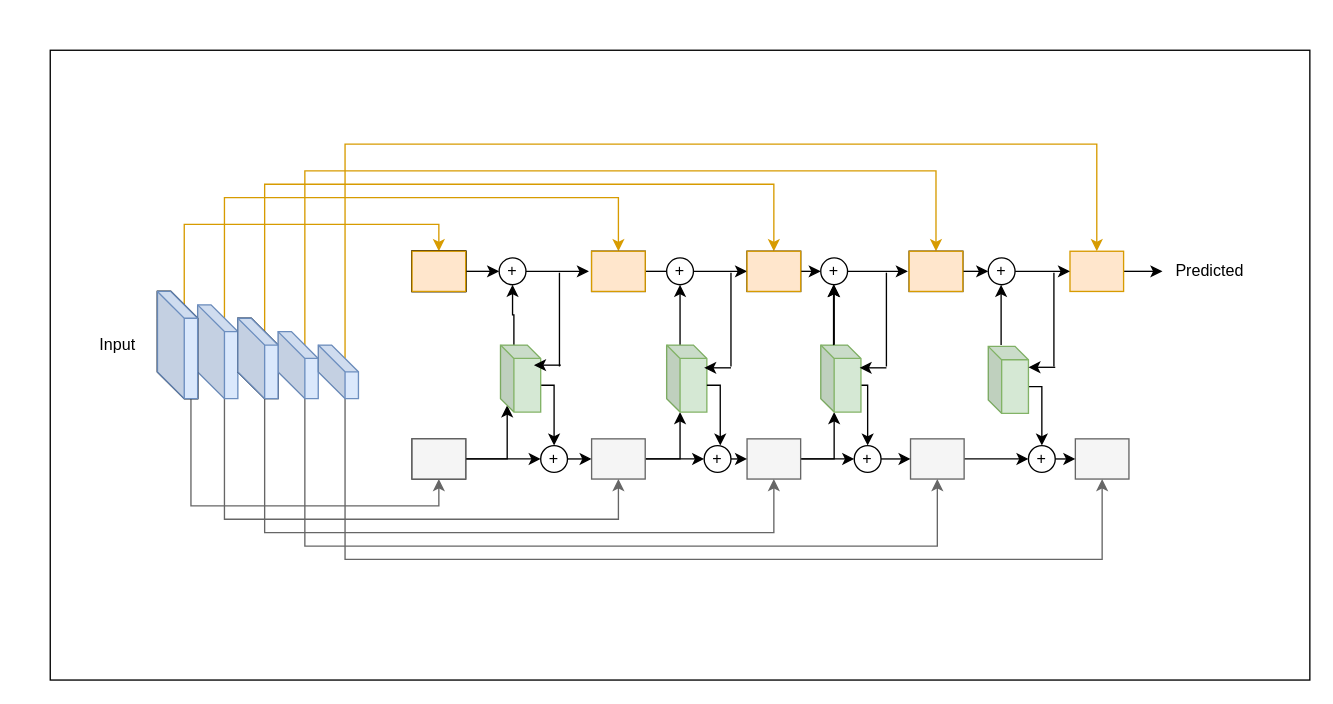
The draw.io diagram 双相指导.drawio in Hymhh/hymhh, before the edit. Source tidied: cells renumbered, new cells numbered last; positions are measured from the earlier drawing's top-left corner, leaving out a move shared by most shapes. Both pictures are drawn from the tidied source at 134%, with x=0, y=0 at pixel (50, 50).
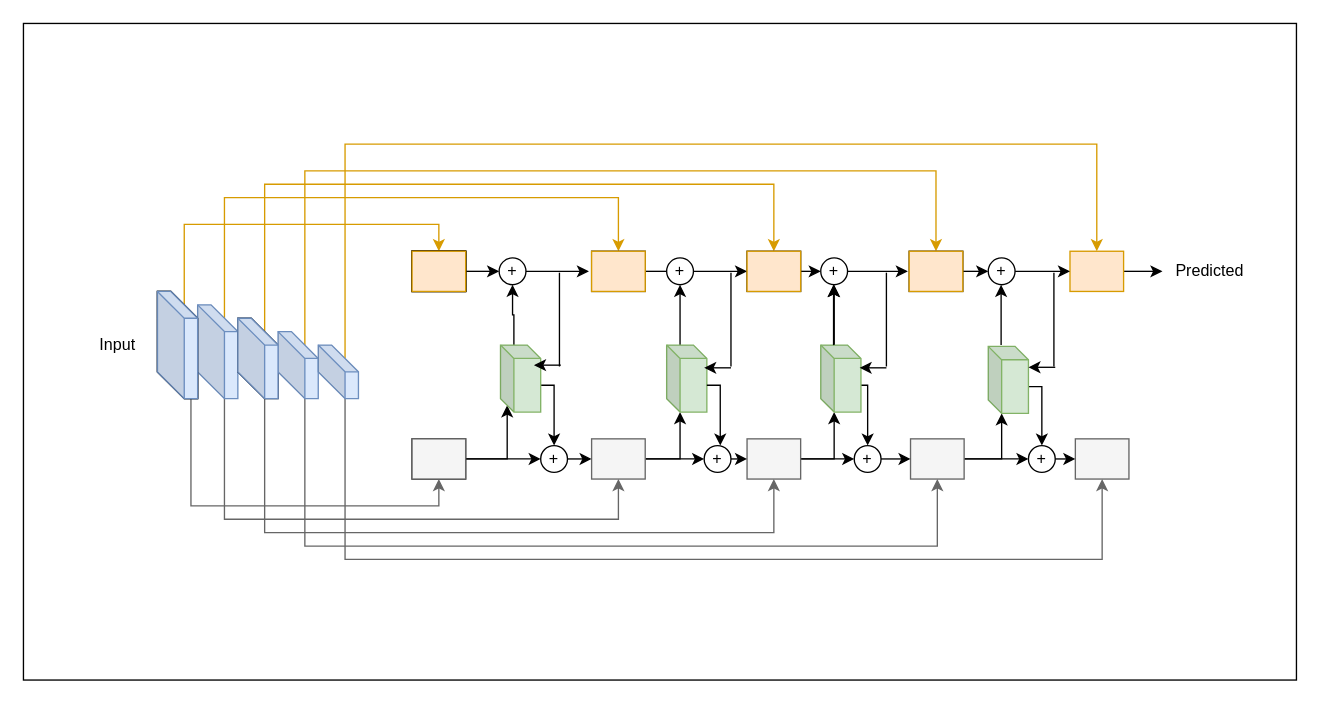
The same page after the edit.

The change refers to these unchanged cells:
```xml
<mxCell id="23" style="rounded=0;whiteSpace=wrap;html=1;fillColor=#f5f5f5;strokeColor=#666666;fontColor=#333333;" parent="1" vertex="1">
  <mxGeometry x="642" y="290" width="40" height="30" as="geometry" />
</mxCell>
<mxCell id="78" style="shape=cube;whiteSpace=wrap;html=1;boundedLbl=1;backgroundOutline=1;darkOpacity=0.05;darkOpacity2=0.1;size=10;fillColor=#d5e8d4;strokeColor=#82b366;" parent="1" vertex="1">
  <mxGeometry x="700" y="221" width="30" height="50" as="geometry" />
</mxCell>
```

What changed in the source:
```diff
@@
     <mxCell id="2" style="rounded=0;whiteSpace=wrap;html=1;" parent="1" vertex="1">
-      <mxGeometry width="940" height="470" as="geometry" />
+      <mxGeometry x="-20" y="-20" width="950" height="490" as="geometry" />
     </mxCell>
@@
+    <mxCell id="91" style="edgeStyle=orthogonalEdgeStyle;rounded=0;jettySize=auto;html=1;exitX=1;exitY=0.5;exitDx=0;exitDy=0;entryX=0;entryY=0;entryDx=10;entryDy=50;entryPerimeter=0;" parent="1" edge="1" source="23" target="78">
+      <mxGeometry relative="1" as="geometry" />
+    </mxCell>
```
